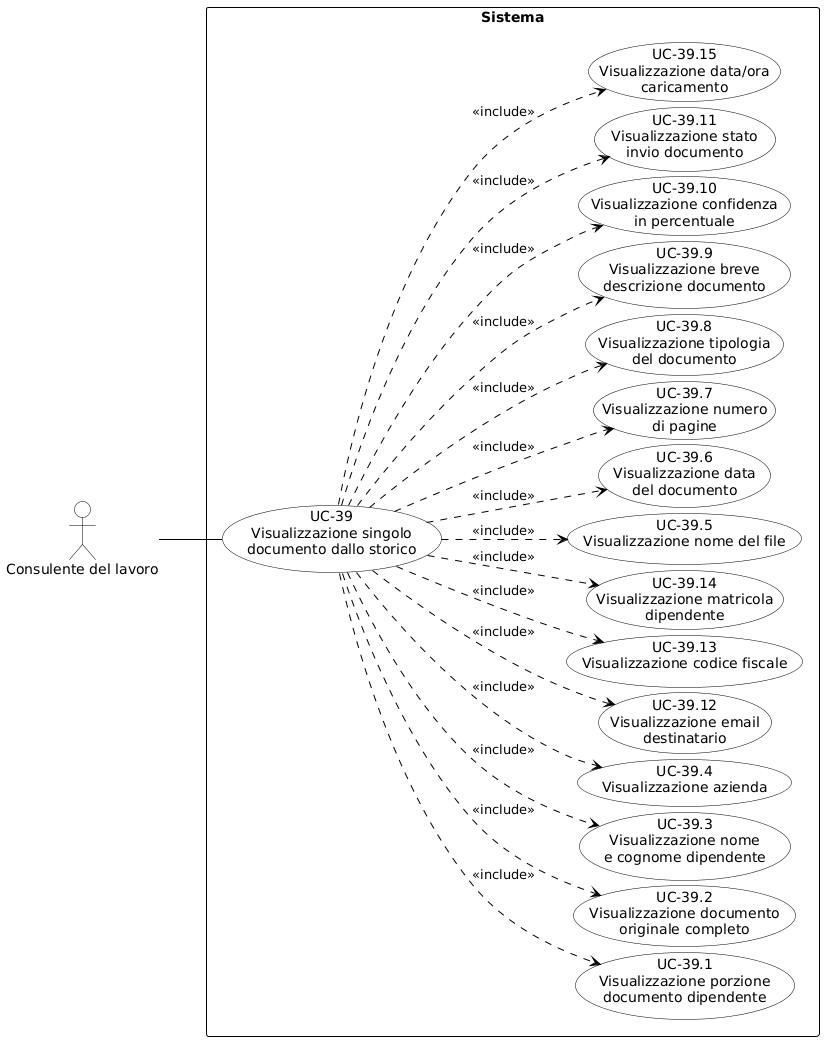
Above: RTB/Analisi dei Requisiti/diagrammi_use_case/UC-39.png in aLittleByte-19/Documentazione (PlantUML), before the change. Source of this version:
```plantuml
@startuml
skinparam shadowing false
skinparam defaultFontName Arial
left to right direction
skinparam nodesep 5
skinparam ranksep 60

skinparam usecase {
    BackgroundColor white
    BorderColor black
    ArrowColor black
}
skinparam actor {
    BackgroundColor white
    BorderColor black
}
skinparam rectangle {
    BorderColor black
    FontStyle bold
}

actor "Consulente del lavoro" as CL

rectangle "Sistema" {
    usecase "UC-39\nVisualizzazione singolo\ndocumento dallo storico" as UC39

    usecase "UC-39.1\nVisualizzazione porzione\ndocumento dipendente" as UC39_1
    usecase "UC-39.2\nVisualizzazione documento\noriginale completo" as UC39_2

    usecase "UC-39.3\nVisualizzazione nome\ne cognome dipendente" as UC39_3
    usecase "UC-39.4\nVisualizzazione azienda" as UC39_4
    usecase "UC-39.12\nVisualizzazione email\ndestinatario" as UC39_12
    usecase "UC-39.13\nVisualizzazione codice fiscale" as UC39_13
    usecase "UC-39.14\nVisualizzazione matricola\ndipendente" as UC39_14

    usecase "UC-39.5\nVisualizzazione nome del file" as UC39_5
    usecase "UC-39.6\nVisualizzazione data\ndel documento" as UC39_6
    usecase "UC-39.7\nVisualizzazione numero\ndi pagine" as UC39_7
    usecase "UC-39.8\nVisualizzazione tipologia\ndel documento" as UC39_8
    usecase "UC-39.9\nVisualizzazione breve\ndescrizione documento" as UC39_9

    usecase "UC-39.10\nVisualizzazione confidenza\nin percentuale" as UC39_10
    usecase "UC-39.11\nVisualizzazione stato\ninvio documento" as UC39_11
    usecase "UC-39.15\nVisualizzazione data/ora\ncaricamento" as UC39_15

    UC39 ..> UC39_1 : <<include>>
    UC39 ..> UC39_2 : <<include>>
    UC39 ..> UC39_3 : <<include>>
    UC39 ..> UC39_4 : <<include>>
    UC39 ..> UC39_5 : <<include>>
    UC39 ..> UC39_6 : <<include>>
    UC39 ..> UC39_7 : <<include>>
    UC39 ..> UC39_8 : <<include>>
    UC39 ..> UC39_9 : <<include>>
    UC39 ..> UC39_10 : <<include>>
    UC39 ..> UC39_11 : <<include>>
    UC39 ..> UC39_12 : <<include>>
    UC39 ..> UC39_13 : <<include>>
    UC39 ..> UC39_14 : <<include>>
    UC39 ..> UC39_15 : <<include>>
}

CL -- UC39
@enduml
```
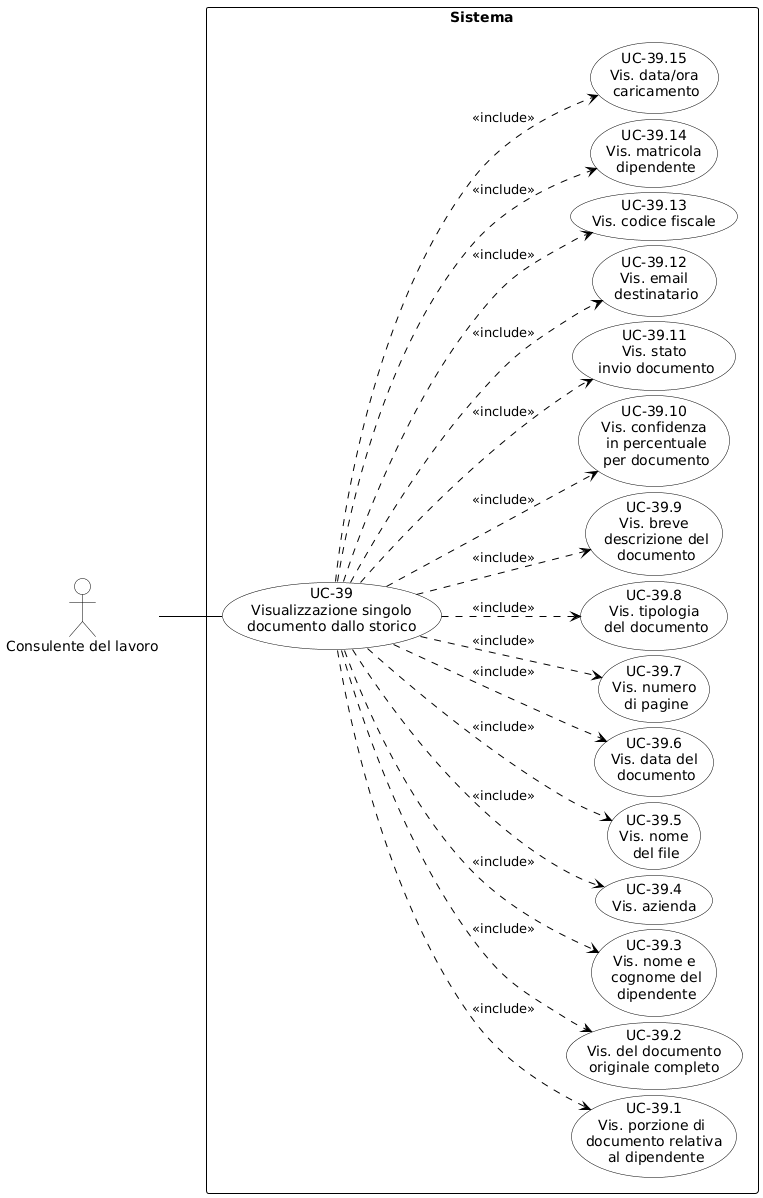
The same diagram one commit later.

Diff of the diagram source:
```diff
@@ -24,40 +24,37 @@
 rectangle "Sistema" {
     usecase "UC-39\nVisualizzazione singolo\ndocumento dallo storico" as UC39
 
-    usecase "UC-39.1\nVisualizzazione porzione\ndocumento dipendente" as UC39_1
-    usecase "UC-39.2\nVisualizzazione documento\noriginale completo" as UC39_2
+    usecase "UC-39.1\nVis. porzione di \ndocumento relativa\n al dipendente" as UC39_1
+    usecase "UC-39.2\nVis. del documento\noriginale completo" as UC39_2
+    usecase "UC-39.3\nVis. nome e\n cognome del\n dipendente" as UC39_3
+    usecase "UC-39.4\nVis. azienda" as UC39_4
+    usecase "UC-39.5\nVis. nome\n del file" as UC39_5
+    usecase "UC-39.6\nVis. data del\n documento" as UC39_6
+    usecase "UC-39.7\nVis. numero\n di pagine" as UC39_7
+    usecase "UC-39.8\nVis. tipologia\n del documento" as UC39_8
+    usecase "UC-39.9\nVis. breve\n descrizione del\n documento" as UC39_9
+    usecase "UC-39.10\nVis. confidenza\n in percentuale\n per documento" as UC39_10
+    usecase "UC-39.11\nVis. stato\n invio documento" as UC39_11
+    usecase "UC-39.12\nVis. email\n destinatario" as UC39_12
+    usecase "UC-39.13\nVis. codice fiscale" as UC39_13
+    usecase "UC-39.14\nVis. matricola\n dipendente" as UC39_14
+    usecase "UC-39.15\nVis. data/ora\n caricamento" as UC39_15
 
-    usecase "UC-39.3\nVisualizzazione nome\ne cognome dipendente" as UC39_3
-    usecase "UC-39.4\nVisualizzazione azienda" as UC39_4
-    usecase "UC-39.12\nVisualizzazione email\ndestinatario" as UC39_12
-    usecase "UC-39.13\nVisualizzazione codice fiscale" as UC39_13
-    usecase "UC-39.14\nVisualizzazione matricola\ndipendente" as UC39_14
-
-    usecase "UC-39.5\nVisualizzazione nome del file" as UC39_5
-    usecase "UC-39.6\nVisualizzazione data\ndel documento" as UC39_6
-    usecase "UC-39.7\nVisualizzazione numero\ndi pagine" as UC39_7
-    usecase "UC-39.8\nVisualizzazione tipologia\ndel documento" as UC39_8
-    usecase "UC-39.9\nVisualizzazione breve\ndescrizione documento" as UC39_9
-
-    usecase "UC-39.10\nVisualizzazione confidenza\nin percentuale" as UC39_10
-    usecase "UC-39.11\nVisualizzazione stato\ninvio documento" as UC39_11
-    usecase "UC-39.15\nVisualizzazione data/ora\ncaricamento" as UC39_15
-
+  UC39 ..> UC39_15 : <<include>>
+  UC39 ..> UC39_14 : <<include>>
+  UC39 ..> UC39_13 : <<include>>
+  UC39 ..> UC39_12 : <<include>>
+  UC39 ..> UC39_11 : <<include>>
+  UC39 ..> UC39_10 : <<include>>
+  UC39 ..> UC39_9 : <<include>>
+  UC39 ..> UC39_8 : <<include>>
+  UC39 ..> UC39_7 : <<include>>
+  UC39 ..> UC39_6 : <<include>>
+  UC39 ..> UC39_5 : <<include>>
+    UC39 ..> UC39_4 : <<include>>
+    UC39 ..> UC39_3 : <<include>>
+    UC39 ..> UC39_2 : <<include>>
     UC39 ..> UC39_1 : <<include>>
-    UC39 ..> UC39_2 : <<include>>
-    UC39 ..> UC39_3 : <<include>>
-    UC39 ..> UC39_4 : <<include>>
-    UC39 ..> UC39_5 : <<include>>
-    UC39 ..> UC39_6 : <<include>>
-    UC39 ..> UC39_7 : <<include>>
-    UC39 ..> UC39_8 : <<include>>
-    UC39 ..> UC39_9 : <<include>>
-    UC39 ..> UC39_10 : <<include>>
-    UC39 ..> UC39_11 : <<include>>
-    UC39 ..> UC39_12 : <<include>>
-    UC39 ..> UC39_13 : <<include>>
-    UC39 ..> UC39_14 : <<include>>
-    UC39 ..> UC39_15 : <<include>>
 }
 
 CL -- UC39
```
